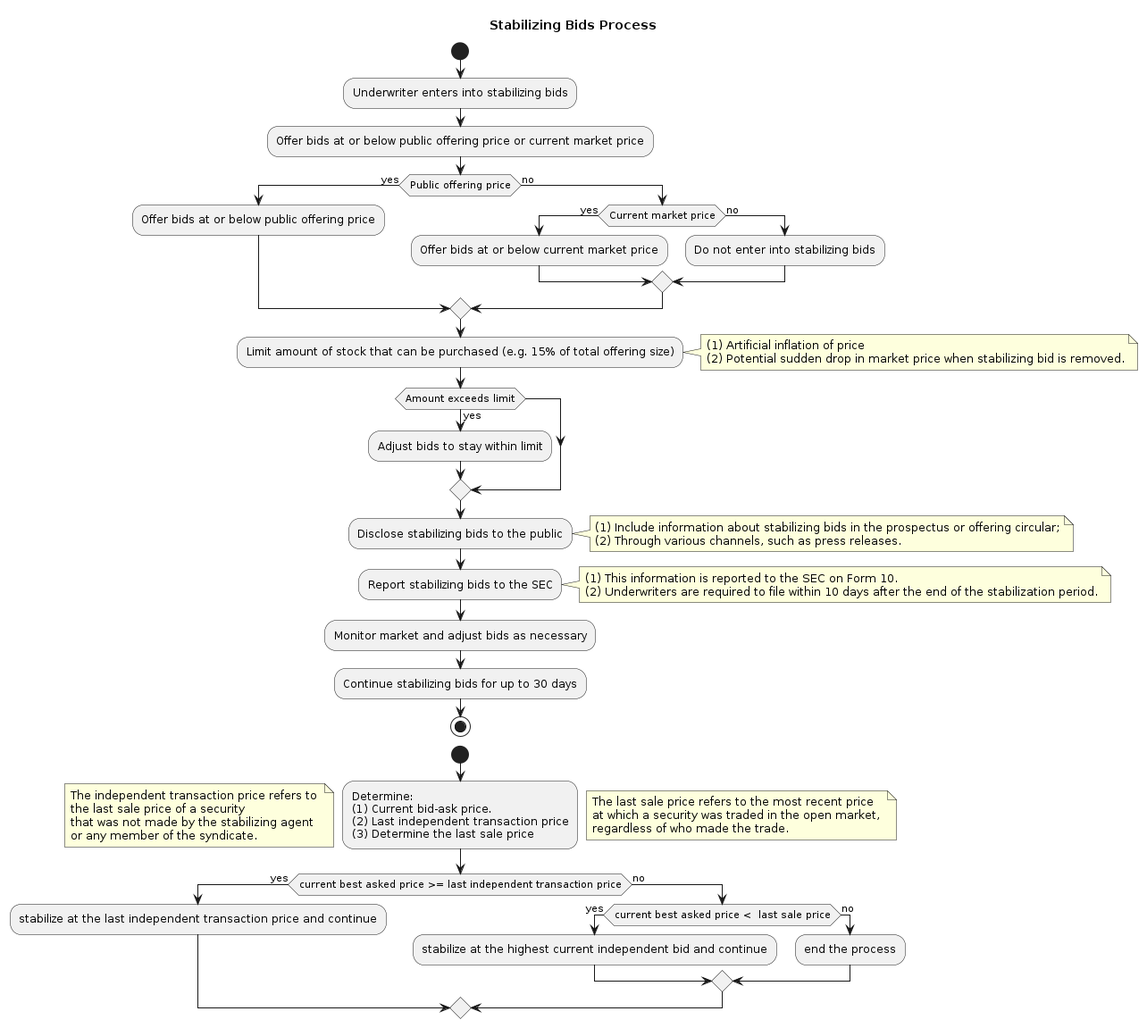
Earlier version of the PlantUML export 57/stabilizing-bids.png (ppatoria/SIE). The source it was exported from:
```plantuml
@startuml
!theme _none_
title Stabilizing Bids Process

start
:Underwriter enters into stabilizing bids;
:Offer bids at or below public offering price or current market price;
if (Public offering price) then (yes)
        :Offer bids at or below public offering price;
else (no)
        if (Current market price) then (yes)
                :Offer bids at or below current market price;
        else (no)
                :Do not enter into stabilizing bids;
        endif
endif
:Limit amount of stock that can be purchased (e.g. 15% of total offering size);
note right: (1) Artificial inflation of price \n(2) Potential sudden drop in market price when stabilizing bid is removed.
if (Amount exceeds limit) then (yes)
        :Adjust bids to stay within limit;
endif
:Disclose stabilizing bids to the public;
note right: (1) Include information about stabilizing bids in the prospectus or offering circular;\n(2) Through various channels, such as press releases.
:Report stabilizing bids to the SEC;
note right: (1) This information is reported to the SEC on Form 10.\n(2) Underwriters are required to file within 10 days after the end of the stabilization period.
:Monitor market and adjust bids as necessary;
:Continue stabilizing bids for up to 30 days;
stop

start
:Determine:\n(1) Current bid-ask price.\n(2) Last independent transaction price\n(3) Determine the last sale price;
note left: The independent transaction price refers to \nthe last sale price of a security \nthat was not made by the stabilizing agent \nor any member of the syndicate.
note right: The last sale price refers to the most recent price \nat which a security was traded in the open market, \nregardless of who made the trade.
if(current best asked price >= last independent transaction price) then (yes)
        :stabilize at the last independent transaction price and continue;
else(no)
        if (current best asked price <  last sale price) then (yes)
                :stabilize at the highest current independent bid and continue;
        else(no)
                :end the process;
        endif
endif
@enduml
```
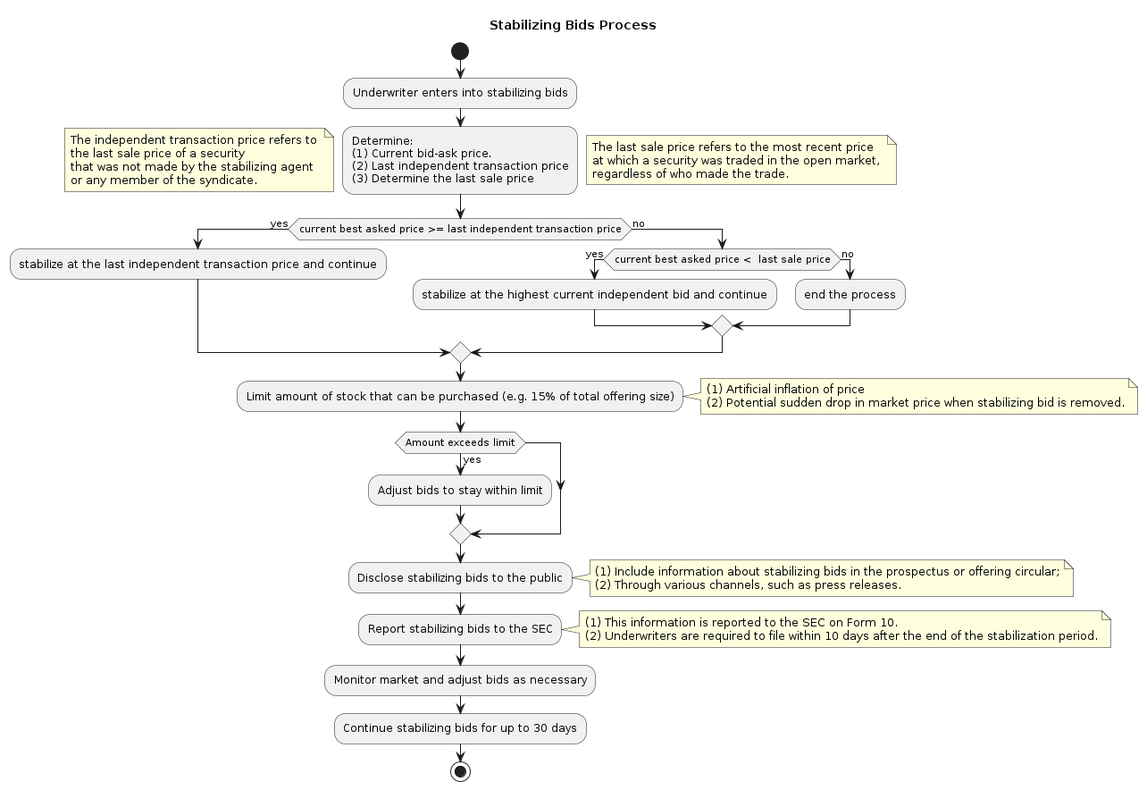
The same diagram one commit later.

The edit, as a diff of the source:
```diff
@@ -4,20 +4,22 @@
 
 start
 :Underwriter enters into stabilizing bids;
-:Offer bids at or below public offering price or current market price;
-if (Public offering price) then (yes)
-        :Offer bids at or below public offering price;
-else (no)
-        if (Current market price) then (yes)
-                :Offer bids at or below current market price;
-        else (no)
-                :Do not enter into stabilizing bids;
-        endif
+:Determine:\n(1) Current bid-ask price.\n(2) Last independent transaction price\n(3) Determine the last sale price;
+note left: The independent transaction price refers to \nthe last sale price of a security \nthat was not made by the stabilizing agent \nor any member of the syndicate.
+note right: The last sale price refers to the most recent price \nat which a security was traded in the open market, \nregardless of who made the trade.
+if(current best asked price >= last independent transaction price) then (yes)
+:stabilize at the last independent transaction price and continue;
+else(no)
+if (current best asked price <  last sale price) then (yes)
+:stabilize at the highest current independent bid and continue;
+else(no)
+:end the process;
+endif
 endif
 :Limit amount of stock that can be purchased (e.g. 15% of total offering size);
 note right: (1) Artificial inflation of price \n(2) Potential sudden drop in market price when stabilizing bid is removed.
 if (Amount exceeds limit) then (yes)
-        :Adjust bids to stay within limit;
+:Adjust bids to stay within limit;
 endif
 :Disclose stabilizing bids to the public;
 note right: (1) Include information about stabilizing bids in the prospectus or offering circular;\n(2) Through various channels, such as press releases.
@@ -26,18 +28,4 @@
 :Monitor market and adjust bids as necessary;
 :Continue stabilizing bids for up to 30 days;
 stop
-
-start
-:Determine:\n(1) Current bid-ask price.\n(2) Last independent transaction price\n(3) Determine the last sale price;
-note left: The independent transaction price refers to \nthe last sale price of a security \nthat was not made by the stabilizing agent \nor any member of the syndicate.
-note right: The last sale price refers to the most recent price \nat which a security was traded in the open market, \nregardless of who made the trade.
-if(current best asked price >= last independent transaction price) then (yes)
-        :stabilize at the last independent transaction price and continue;
-else(no)
-        if (current best asked price <  last sale price) then (yes)
-                :stabilize at the highest current independent bid and continue;
-        else(no)
-                :end the process;
-        endif
-endif
 @enduml
```
